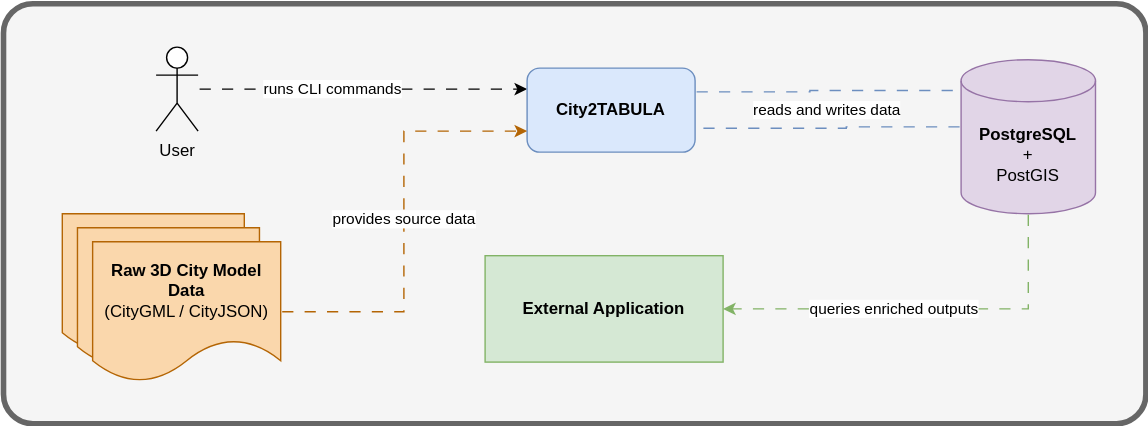
The draw.io diagram docs/assets/diagrams/architecture/system-context/system-context.drawio.svg in THD-Spatial-AI/city2tabula, before a commit. Source tidied: cells renumbered, new cells last; positions are measured from the earlier drawing's top-left corner, leaving out a move shared by most shapes.
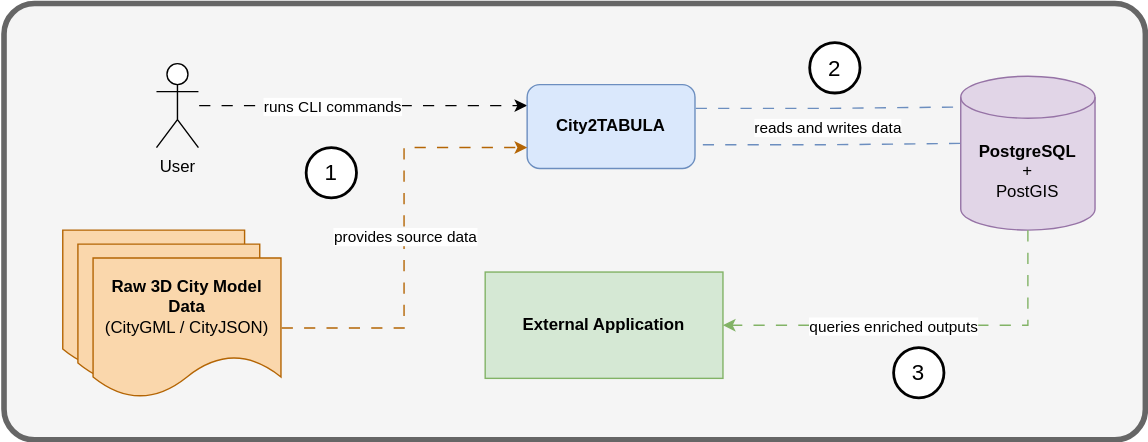
The same diagram one commit later.

What changed in the source:
```diff
@@ -3,7 +3,7 @@
     <mxCell id="0" />
     <mxCell id="1" parent="0" />
     <mxCell id="2" style="rounded=1;whiteSpace=wrap;html=1;arcSize=7;fillColor=#f5f5f5;fontColor=#333333;strokeColor=#666666;strokeWidth=4;" parent="1" vertex="1">
-      <mxGeometry width="816" height="300" as="geometry" />
+      <mxGeometry y="-12" width="816" height="312" as="geometry" />
     </mxCell>
     <mxCell id="3" style="html=1;entryX=0;entryY=0.25;entryDx=0;entryDy=0;startFill=1;flowAnimation=1;" parent="1" edge="1" source="5" target="6">
       <mxGeometry relative="1" as="geometry" />
@@ -57,5 +57,14 @@
     <mxCell id="18" value="&lt;span style=&quot;color: rgb(0, 0, 0);&quot;&gt;&lt;b&gt;External Application&lt;/b&gt;&lt;/span&gt;" style="rounded=1;whiteSpace=wrap;html=1;spacingLeft=10;spacingRight=10;arcSize=0;fillColor=#d5e8d4;strokeColor=#82b366;" parent="1" vertex="1">
       <mxGeometry x="344" y="180" width="170" height="76" as="geometry" />
     </mxCell>
+    <mxCell id="19" value="1" style="ellipse;whiteSpace=wrap;html=1;strokeWidth=2;fontSize=16;" parent="1" vertex="1">
+      <mxGeometry x="216" y="91" width="36" height="36" as="geometry" />
+    </mxCell>
+    <mxCell id="20" value="2" style="ellipse;whiteSpace=wrap;html=1;strokeWidth=2;fontSize=16;" parent="1" vertex="1">
+      <mxGeometry x="576" y="16" width="36" height="36" as="geometry" />
+    </mxCell>
+    <mxCell id="21" value="3" style="ellipse;whiteSpace=wrap;html=1;strokeWidth=2;fontSize=16;" parent="1" vertex="1">
+      <mxGeometry x="636" y="234" width="36" height="36" as="geometry" />
+    </mxCell>
   </root>
 </mxGraphModel>
```
